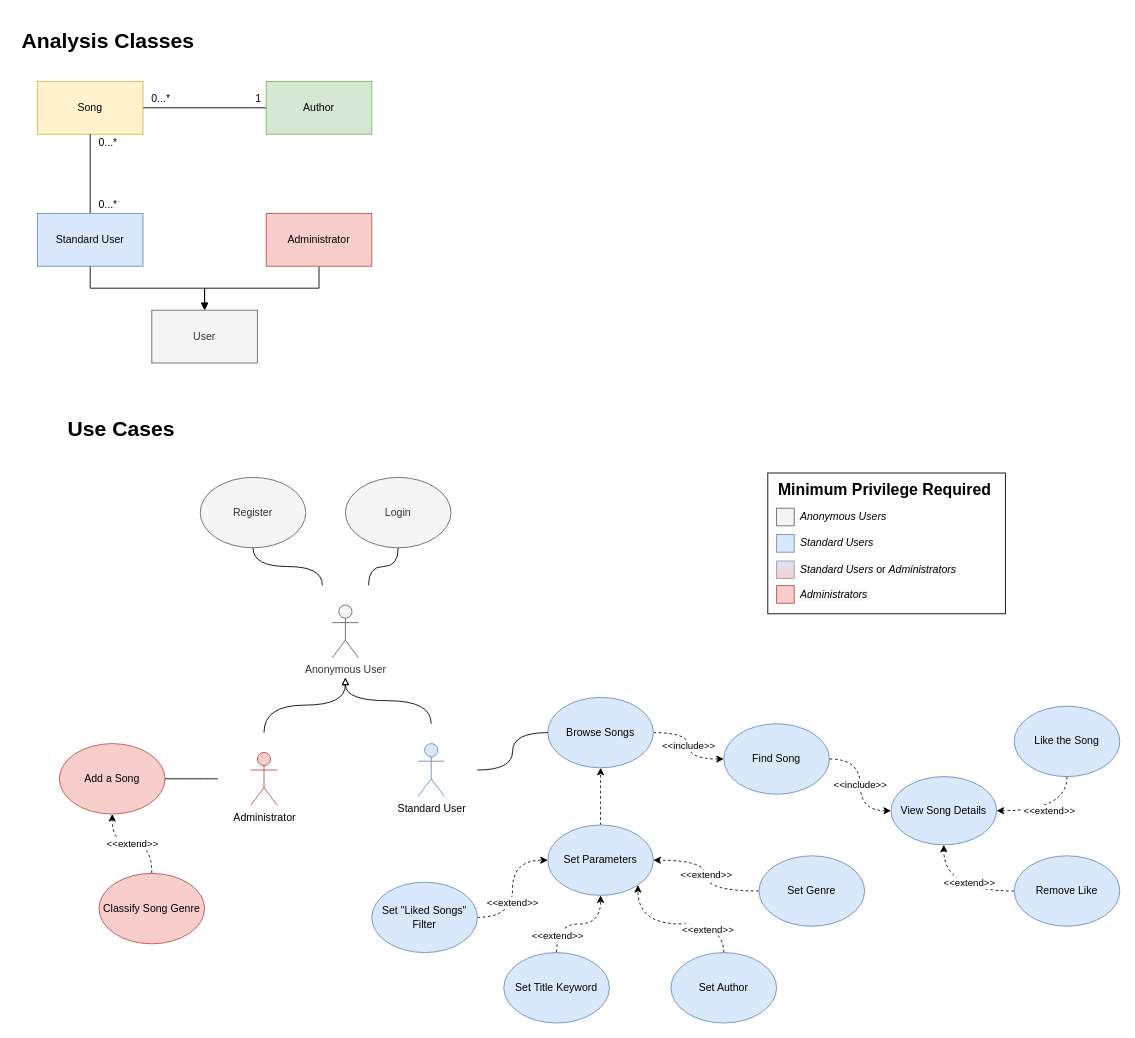
This is UML.drawio from danielecioffo/SoundHabit, a draw.io file, before an edit. Source tidied: cells renumbered, new cells numbered last; positions are measured from the earlier drawing's top-left corner, leaving out a move shared by most shapes. Both pictures are drawn from the tidied source at 88%, with x=0, y=0 at pixel (15, 19).
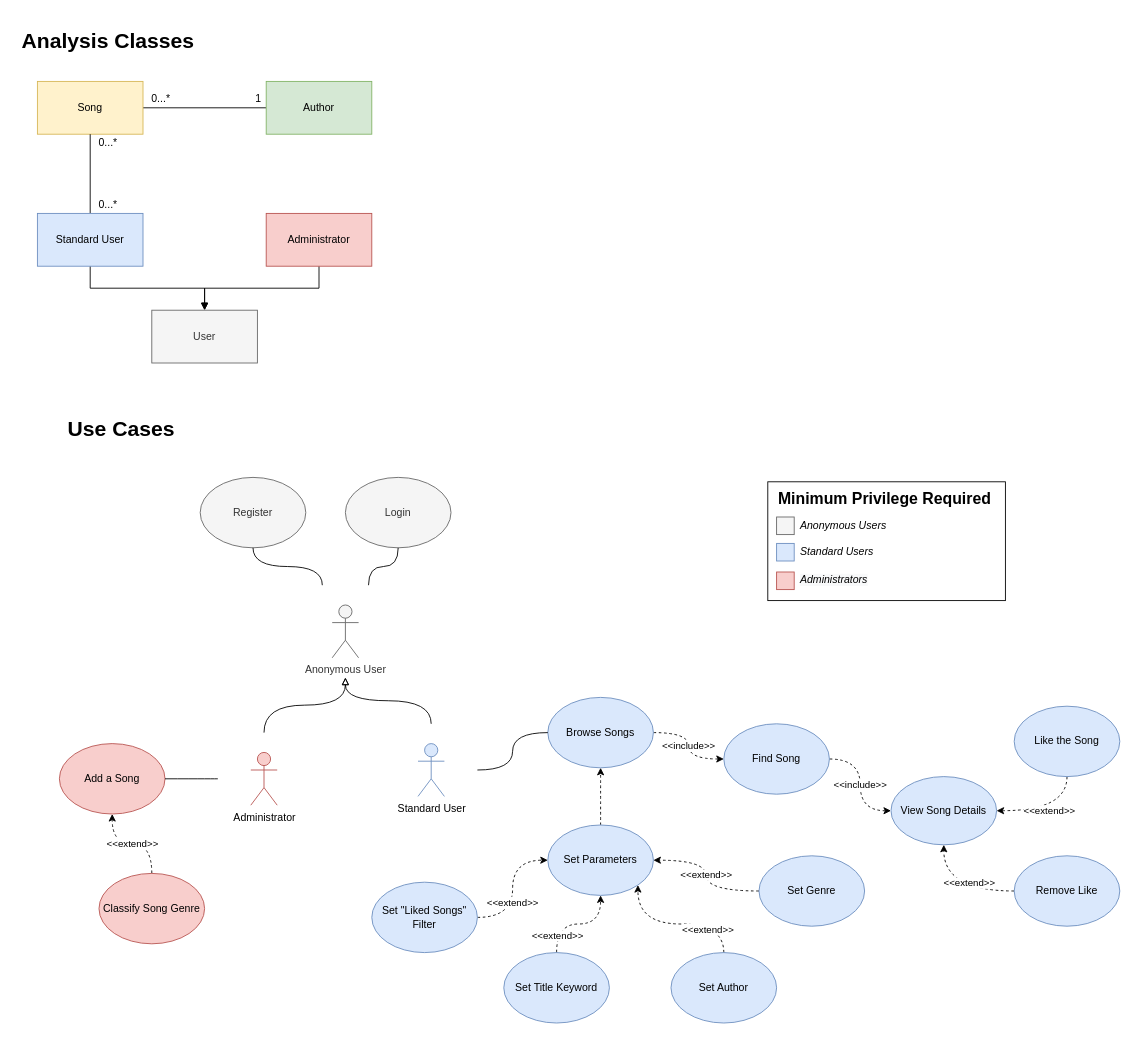
The same diagram, later.

Change to the diagram source:
```diff
@@
     <mxCell id="2" style="whiteSpace=wrap;html=1;align=left;" parent="1" vertex="1">
-      <mxGeometry x="855" y="515" width="270" height="160" as="geometry" />
+      <mxGeometry x="855" y="525" width="270" height="135" as="geometry" />
     </mxCell>
@@
     <mxCell id="54" value="&lt;h2&gt;Minimum Privilege Required&lt;/h2&gt;" style="text;html=1;align=left;verticalAlign=middle;" parent="1" vertex="1">
-      <mxGeometry x="865" y="510" width="260" height="50" as="geometry" />
+      <mxGeometry x="865" y="520" width="260" height="50" as="geometry" />
     </mxCell>
     <mxCell id="55" style="whiteSpace=wrap;html=1;strokeColor=#6c8ebf;fillColor=#dae8fc;" parent="1" vertex="1">
-      <mxGeometry x="865" y="585" width="20" height="20" as="geometry" />
+      <mxGeometry x="865" y="595" width="20" height="20" as="geometry" />
     </mxCell>
     <mxCell id="56" value="&lt;p&gt;&lt;i&gt;Anonymous Users&lt;/i&gt;&lt;/p&gt;" style="text;html=1;align=left;verticalAlign=middle;" parent="1" vertex="1">
-      <mxGeometry x="890" y="545" width="110" height="40" as="geometry" />
+      <mxGeometry x="890" y="555" width="110" height="40" as="geometry" />
     </mxCell>
     <mxCell id="57" value="&lt;p&gt;&lt;i&gt;Standard Users&lt;/i&gt;&lt;/p&gt;" style="text;html=1;align=left;verticalAlign=middle;" parent="1" vertex="1">
-      <mxGeometry x="890" y="575" width="100" height="40" as="geometry" />
+      <mxGeometry x="890" y="585" width="100" height="40" as="geometry" />
     </mxCell>
-    <mxCell id="58" value="&lt;i style=&quot;color: rgb(0 , 0 , 0) ; font-family: &amp;#34;helvetica&amp;#34; ; font-size: 12px ; font-weight: 400 ; letter-spacing: normal ; text-align: left ; text-indent: 0px ; text-transform: none ; word-spacing: 0px ; background-color: rgb(248 , 249 , 250)&quot;&gt;Standard Users &lt;/i&gt;&lt;span style=&quot;color: rgb(0 , 0 , 0) ; font-family: &amp;#34;helvetica&amp;#34; ; font-size: 12px ; font-weight: 400 ; letter-spacing: normal ; text-align: left ; text-indent: 0px ; text-transform: none ; word-spacing: 0px ; background-color: rgb(248 , 249 , 250)&quot;&gt;or &lt;/span&gt;&lt;i style=&quot;color: rgb(0 , 0 , 0) ; font-family: &amp;#34;helvetica&amp;#34; ; font-size: 12px ; font-weight: 400 ; letter-spacing: normal ; text-align: left ; text-indent: 0px ; text-transform: none ; word-spacing: 0px ; background-color: rgb(248 , 249 , 250)&quot;&gt;Administrators&amp;nbsp;&lt;/i&gt;" style="text;whiteSpace=wrap;html=1;" parent="1" vertex="1">
-      <mxGeometry x="890" y="611" width="190" height="30" as="geometry" />
-    </mxCell>
     <mxCell id="59" style="whiteSpace=wrap;html=1;strokeColor=#666666;fillColor=#f5f5f5;fontColor=#333333;" parent="1" vertex="1">
-      <mxGeometry x="865" y="555" width="20" height="20" as="geometry" />
+      <mxGeometry x="865" y="565" width="20" height="20" as="geometry" />
     </mxCell>
-    <mxCell id="60" style="whiteSpace=wrap;html=1;strokeColor=#999999;fillColor=#DAE8FC;gradientColor=#F8CECC;gradientDirection=south;" parent="1" vertex="1">
-      <mxGeometry x="865" y="615" width="20" height="20" as="geometry" />
-    </mxCell>
     <mxCell id="61" style="whiteSpace=wrap;html=1;strokeColor=#b85450;fillColor=#f8cecc;gradientDirection=south;" parent="1" vertex="1">
-      <mxGeometry x="865" y="643" width="20" height="20" as="geometry" />
+      <mxGeometry x="865" y="627.5" width="20" height="20" as="geometry" />
     </mxCell>
     <mxCell id="62" value="&lt;i style=&quot;color: rgb(0 , 0 , 0) ; font-family: &amp;#34;helvetica&amp;#34; ; font-size: 12px ; font-weight: 400 ; letter-spacing: normal ; text-align: left ; text-indent: 0px ; text-transform: none ; word-spacing: 0px ; background-color: rgb(248 , 249 , 250)&quot;&gt;Administrators&lt;/i&gt;" style="text;whiteSpace=wrap;html=1;" parent="1" vertex="1">
-      <mxGeometry x="890" y="640" width="190" height="30" as="geometry" />
+      <mxGeometry x="890" y="622.5" width="190" height="30" as="geometry" />
     </mxCell>
@@
+    <mxCell id="70" style="edgeStyle=orthogonalEdgeStyle;rounded=0;orthogonalLoop=1;jettySize=auto;html=1;exitX=0.5;exitY=1;exitDx=0;exitDy=0;" parent="1" edge="1" source="2" target="2">
+      <mxGeometry relative="1" as="geometry" />
+    </mxCell>
```
